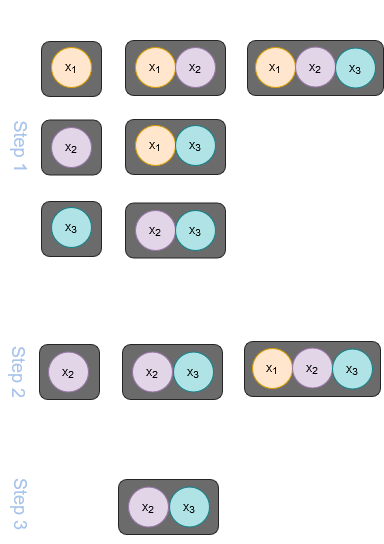
The draw.io diagram book/2_models/figures/BestSubsetSelection.drawio.png in ConniBuschmann/psy112, before a commit. Source tidied: cells renumbered, new cells last; positions are measured from the earlier drawing's top-left corner, leaving out a move shared by most shapes.
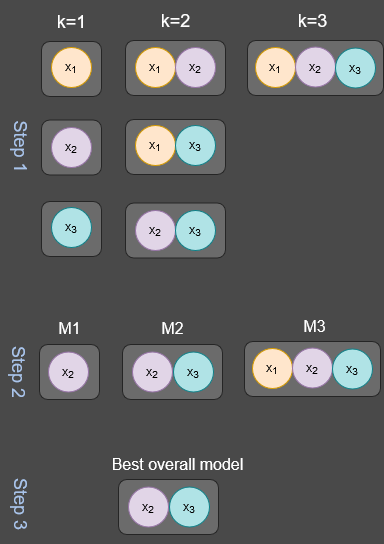
Later version of the same file.

What changed in the source:
```diff
@@ -1,4 +1,4 @@
-<mxGraphModel>
+<mxGraphModel background="light-dark(#494949,#666666)">
   <root>
     <mxCell id="0" />
     <mxCell id="1" parent="0" />
```
